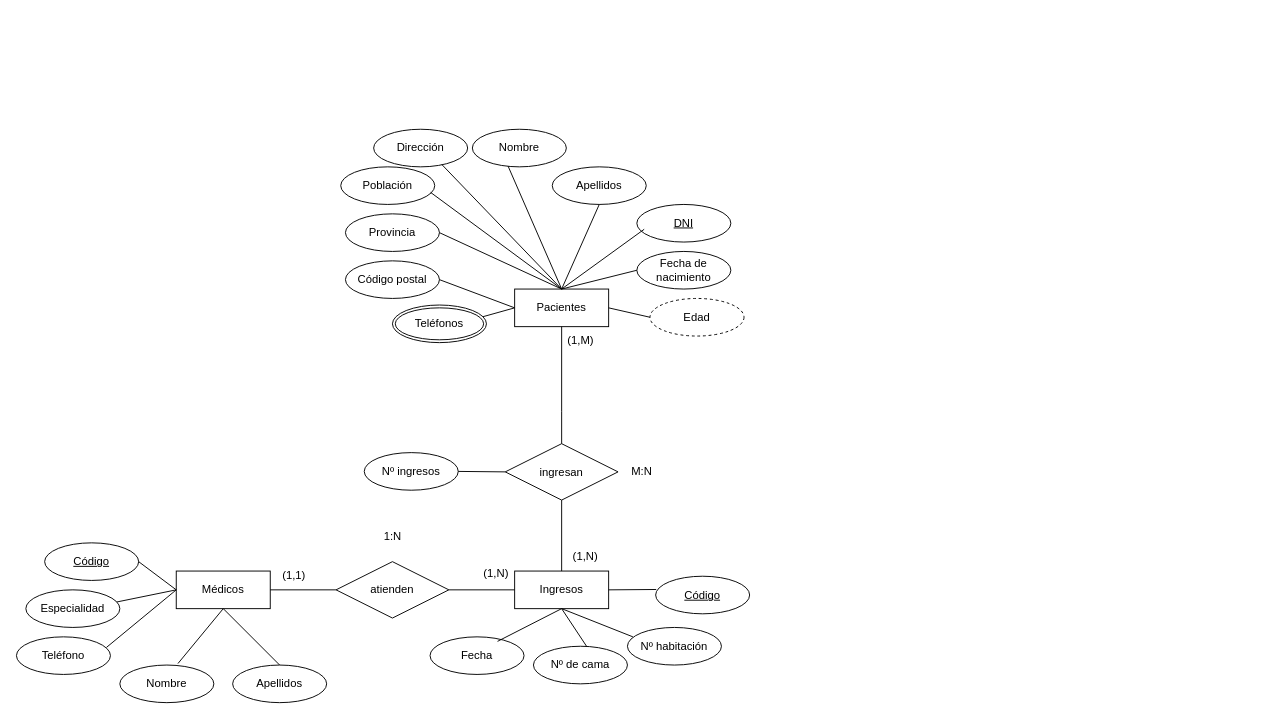
This is Tarea 02_04 Gestión de clínica.drawio from popnoart/popnoart, a draw.io file, before an edit. Source tidied: cells renumbered, new cells numbered last; positions are measured from the earlier drawing's top-left corner, leaving out a move shared by most shapes. Both pictures are drawn from the tidied source at 94%, with x=0, y=0 at pixel (16, 129).
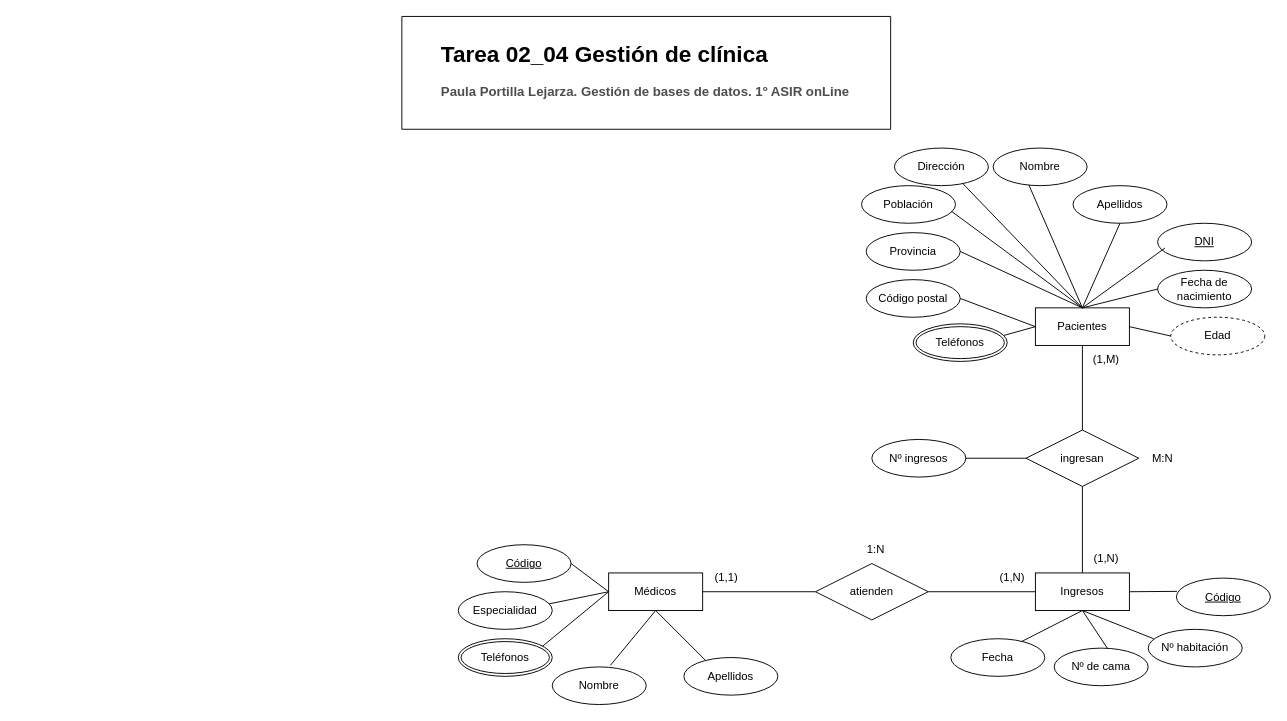
After the change.

The edit, as a diff of the source:
```diff
@@
+    <mxCell id="40" style="endArrow=none;html=1;rounded=0;entryX=0.718;entryY=0.12;entryDx=0;entryDy=0;entryPerimeter=0;" parent="1" edge="1" target="24">
+      <mxGeometry relative="1" as="geometry">
+        <mxPoint x="1134" y="512" as="sourcePoint" />
+      </mxGeometry>
+    </mxCell>
+    <mxCell id="41" style="endArrow=none;html=1;rounded=0;entryX=0.5;entryY=0;entryDx=0;entryDy=0;exitX=0.5;exitY=1;exitDx=0;exitDy=0;" parent="1" edge="1" source="6">
+      <mxGeometry relative="1" as="geometry">
+        <mxPoint x="740" y="572" as="targetPoint" />
+      </mxGeometry>
+    </mxCell>
@@
     <mxCell id="5" value="Pacientes" style="whiteSpace=wrap;html=1;align=center;" parent="1" vertex="1">
-      <mxGeometry x="530" y="170" width="100" height="40" as="geometry" />
+      <mxGeometry x="1084" y="190" width="100" height="40" as="geometry" />
     </mxCell>
     <mxCell id="6" value="Médicos" style="whiteSpace=wrap;html=1;align=center;" parent="1" vertex="1">
-      <mxGeometry x="170" y="470" width="100" height="40" as="geometry" />
+      <mxGeometry x="630" y="472" width="100" height="40" as="geometry" />
     </mxCell>
     <mxCell id="7" value="Nombre" style="ellipse;whiteSpace=wrap;html=1;align=center;" parent="1" vertex="1">
-      <mxGeometry x="485" width="100" height="40" as="geometry" />
+      <mxGeometry x="1039" y="20" width="100" height="40" as="geometry" />
     </mxCell>
     <mxCell id="8" value="Fecha de nacimiento" style="ellipse;whiteSpace=wrap;html=1;align=center;" parent="1" vertex="1">
-      <mxGeometry x="660" y="130" width="100" height="40" as="geometry" />
+      <mxGeometry x="1214" y="150" width="100" height="40" as="geometry" />
     </mxCell>
     <mxCell id="9" value="Código postal" style="ellipse;whiteSpace=wrap;html=1;align=center;" parent="1" vertex="1">
-      <mxGeometry x="350" y="140" width="100" height="40" as="geometry" />
+      <mxGeometry x="904" y="160" width="100" height="40" as="geometry" />
     </mxCell>
     <mxCell id="10" value="Provincia" style="ellipse;whiteSpace=wrap;html=1;align=center;" parent="1" vertex="1">
-      <mxGeometry x="350" y="90" width="100" height="40" as="geometry" />
+      <mxGeometry x="904" y="110" width="100" height="40" as="geometry" />
     </mxCell>
     <mxCell id="11" value="Población" style="ellipse;whiteSpace=wrap;html=1;align=center;" parent="1" vertex="1">
-      <mxGeometry x="345" y="40" width="100" height="40" as="geometry" />
+      <mxGeometry x="899" y="60" width="100" height="40" as="geometry" />
     </mxCell>
     <mxCell id="12" value="Dirección" style="ellipse;whiteSpace=wrap;html=1;align=center;" parent="1" vertex="1">
-      <mxGeometry x="380" width="100" height="40" as="geometry" />
+      <mxGeometry x="934" y="20" width="100" height="40" as="geometry" />
     </mxCell>
     <mxCell id="13" value="Apellidos" style="ellipse;whiteSpace=wrap;html=1;align=center;" parent="1" vertex="1">
-      <mxGeometry x="570" y="40" width="100" height="40" as="geometry" />
+      <mxGeometry x="1124" y="60" width="100" height="40" as="geometry" />
     </mxCell>
     <mxCell id="14" value="Teléfonos" style="ellipse;shape=doubleEllipse;margin=3;whiteSpace=wrap;html=1;align=center;" parent="1" vertex="1">
-      <mxGeometry x="400" y="187" width="100" height="40" as="geometry" />
+      <mxGeometry x="954" y="207" width="100" height="40" as="geometry" />
     </mxCell>
     <mxCell id="15" value="Edad" style="ellipse;whiteSpace=wrap;html=1;align=center;dashed=1;" parent="1" vertex="1">
-      <mxGeometry x="674" y="180" width="100" height="40" as="geometry" />
+      <mxGeometry x="1228" y="200" width="100" height="40" as="geometry" />
     </mxCell>
     <mxCell id="16" value="Código" style="ellipse;whiteSpace=wrap;html=1;align=center;fontStyle=4;" parent="1" vertex="1">
-      <mxGeometry x="30" y="440" width="100" height="40" as="geometry" />
+      <mxGeometry x="490" y="442" width="100" height="40" as="geometry" />
     </mxCell>
-    <mxCell id="17" value="Teléfono" style="ellipse;whiteSpace=wrap;html=1;align=center;" parent="1" vertex="1">
-      <mxGeometry y="540" width="100" height="40" as="geometry" />
-    </mxCell>
     <mxCell id="18" value="Especialidad" style="ellipse;whiteSpace=wrap;html=1;align=center;" parent="1" vertex="1">
-      <mxGeometry x="10" y="490" width="100" height="40" as="geometry" />
+      <mxGeometry x="470" y="492" width="100" height="40" as="geometry" />
     </mxCell>
     <mxCell id="19" value="Apellidos" style="ellipse;whiteSpace=wrap;html=1;align=center;" parent="1" vertex="1">
-      <mxGeometry x="230" y="570" width="100" height="40" as="geometry" />
+      <mxGeometry x="710" y="562" width="100" height="40" as="geometry" />
     </mxCell>
     <mxCell id="20" value="Nombre" style="ellipse;whiteSpace=wrap;html=1;align=center;" parent="1" vertex="1">
-      <mxGeometry x="110" y="570" width="100" height="40" as="geometry" />
+      <mxGeometry x="570" y="572" width="100" height="40" as="geometry" />
     </mxCell>
     <mxCell id="21" value="Ingresos" style="whiteSpace=wrap;html=1;align=center;" parent="1" vertex="1">
-      <mxGeometry x="530" y="470" width="100" height="40" as="geometry" />
+      <mxGeometry x="1084" y="472" width="100" height="40" as="geometry" />
     </mxCell>
     <mxCell id="22" value="ingresan" style="shape=rhombus;perimeter=rhombusPerimeter;whiteSpace=wrap;html=1;align=center;" parent="1" vertex="1">
-      <mxGeometry x="520" y="334.5" width="120" height="60" as="geometry" />
+      <mxGeometry x="1074" y="320" width="120" height="60" as="geometry" />
     </mxCell>
     <mxCell id="23" value="Nº ingresos" style="ellipse;whiteSpace=wrap;html=1;align=center;" parent="1" vertex="1">
-      <mxGeometry x="370" y="344" width="100" height="40" as="geometry" />
+      <mxGeometry x="910" y="330" width="100" height="40" as="geometry" />
     </mxCell>
     <mxCell id="24" value="Fecha" style="ellipse;whiteSpace=wrap;html=1;align=center;" parent="1" vertex="1">
-      <mxGeometry x="440" y="540" width="100" height="40" as="geometry" />
+      <mxGeometry x="994" y="542" width="100" height="40" as="geometry" />
     </mxCell>
     <mxCell id="25" value="Nº de cama" style="ellipse;whiteSpace=wrap;html=1;align=center;" parent="1" vertex="1">
-      <mxGeometry x="550" y="550" width="100" height="40" as="geometry" />
+      <mxGeometry x="1104" y="552" width="100" height="40" as="geometry" />
     </mxCell>
     <mxCell id="26" value="Nº habitación" style="ellipse;whiteSpace=wrap;html=1;align=center;" parent="1" vertex="1">
-      <mxGeometry x="650" y="530" width="100" height="40" as="geometry" />
+      <mxGeometry x="1204" y="532" width="100" height="40" as="geometry" />
     </mxCell>
     <mxCell id="27" value="atienden" style="shape=rhombus;perimeter=rhombusPerimeter;whiteSpace=wrap;html=1;align=center;" parent="1" vertex="1">
-      <mxGeometry x="340" y="460" width="120" height="60" as="geometry" />
+      <mxGeometry x="850" y="462" width="120" height="60" as="geometry" />
     </mxCell>
@@
     <mxCell id="31" style="endArrow=none;html=1;rounded=0;entryX=0.5;entryY=1;entryDx=0;entryDy=0;exitX=0.5;exitY=0;exitDx=0;exitDy=0;" parent="1" edge="1" source="22" target="5">
       <mxGeometry relative="1" as="geometry">
         <Array as="points">
-          <mxPoint x="580" y="300" />
+          <mxPoint x="1134" y="320" />
         </Array>
       </mxGeometry>
     </mxCell>
     <mxCell id="32" value="(1,N)" style="text;html=1;align=center;verticalAlign=middle;strokeColor=none;fillColor=none;" parent="1" vertex="1">
-      <mxGeometry x="485" y="458" width="50" height="30" as="geometry" />
+      <mxGeometry x="1034" y="462" width="50" height="30" as="geometry" />
     </mxCell>
     <mxCell id="33" value="(1,1)" style="text;html=1;align=center;verticalAlign=middle;strokeColor=none;fillColor=none;" parent="1" vertex="1">
-      <mxGeometry x="270" y="460" width="50" height="30" as="geometry" />
+      <mxGeometry x="730" y="462" width="50" height="30" as="geometry" />
     </mxCell>
     <mxCell id="34" value="(1,N)" style="text;html=1;align=center;verticalAlign=middle;strokeColor=none;fillColor=none;" parent="1" vertex="1">
-      <mxGeometry x="580" y="440" width="50" height="30" as="geometry" />
+      <mxGeometry x="1134" y="442" width="50" height="30" as="geometry" />
     </mxCell>
     <mxCell id="35" value="(1,M)" style="text;html=1;align=center;verticalAlign=middle;strokeColor=none;fillColor=none;" parent="1" vertex="1">
-      <mxGeometry x="575" y="210" width="50" height="30" as="geometry" />
+      <mxGeometry x="1134" y="230" width="50" height="30" as="geometry" />
     </mxCell>
@@
     <mxCell id="38" value="Código" style="ellipse;whiteSpace=wrap;html=1;align=center;fontStyle=4;" parent="1" vertex="1">
-      <mxGeometry x="680" y="475.5" width="100" height="40" as="geometry" />
+      <mxGeometry x="1234" y="477.5" width="100" height="40" as="geometry" />
     </mxCell>
@@
-    <mxCell id="40" style="endArrow=none;html=1;rounded=0;entryX=0.718;entryY=0.12;entryDx=0;entryDy=0;entryPerimeter=0;" parent="1" edge="1" target="24">
-      <mxGeometry relative="1" as="geometry">
-        <mxPoint x="580" y="510" as="sourcePoint" />
-      </mxGeometry>
-    </mxCell>
-    <mxCell id="41" style="endArrow=none;html=1;rounded=0;entryX=0.5;entryY=0;entryDx=0;entryDy=0;exitX=0.5;exitY=1;exitDx=0;exitDy=0;" parent="1" edge="1" source="6" target="19">
-      <mxGeometry relative="1" as="geometry" />
-    </mxCell>
     <mxCell id="42" style="endArrow=none;html=1;rounded=0;exitX=0.618;exitY=-0.04;exitDx=0;exitDy=0;exitPerimeter=0;" parent="1" edge="1" source="20">
       <mxGeometry relative="1" as="geometry">
-        <mxPoint x="220" y="510" as="targetPoint" />
+        <mxPoint x="680" y="512" as="targetPoint" />
       </mxGeometry>
     </mxCell>
@@
-    <mxCell id="44" style="endArrow=none;html=1;rounded=0;exitX=0.958;exitY=0.28;exitDx=0;exitDy=0;exitPerimeter=0;entryX=0;entryY=0.5;entryDx=0;entryDy=0;" parent="1" edge="1" source="17" target="6">
-      <mxGeometry relative="1" as="geometry" />
+    <mxCell id="44" style="endArrow=none;html=1;rounded=0;exitX=0.958;exitY=0.28;exitDx=0;exitDy=0;exitPerimeter=0;entryX=0;entryY=0.5;entryDx=0;entryDy=0;" parent="1" edge="1" target="6">
+      <mxGeometry relative="1" as="geometry">
+        <mxPoint x="555.8" y="553.2" as="sourcePoint" />
+      </mxGeometry>
     </mxCell>
     <mxCell id="45" value="DNI" style="ellipse;whiteSpace=wrap;html=1;align=center;fontStyle=4;" parent="1" vertex="1">
-      <mxGeometry x="660" y="80" width="100" height="40" as="geometry" />
+      <mxGeometry x="1214" y="100" width="100" height="40" as="geometry" />
     </mxCell>
     <mxCell id="46" value="1:N" style="text;html=1;align=center;verticalAlign=middle;strokeColor=none;fillColor=none;" parent="1" vertex="1">
-      <mxGeometry x="380" y="418" width="40" height="30" as="geometry" />
+      <mxGeometry x="894" y="432" width="40" height="30" as="geometry" />
     </mxCell>
     <mxCell id="47" value="M:N" style="text;html=1;align=center;verticalAlign=middle;strokeColor=none;fillColor=none;" parent="1" vertex="1">
-      <mxGeometry x="640" y="349" width="50" height="30" as="geometry" />
+      <mxGeometry x="1194" y="335" width="50" height="30" as="geometry" />
     </mxCell>
@@
     <mxCell id="54" style="endArrow=none;html=1;rounded=0;entryX=0.956;entryY=0.68;entryDx=0;entryDy=0;entryPerimeter=0;" parent="1" edge="1" target="11">
       <mxGeometry relative="1" as="geometry">
-        <mxPoint x="580" y="170" as="sourcePoint" />
+        <mxPoint x="1134" y="190" as="sourcePoint" />
       </mxGeometry>
     </mxCell>
@@
+    <mxCell id="57" style="swimlane;startSize=0;" parent="1" vertex="1">
+      <mxGeometry x="410" y="-120" width="520" height="120" as="geometry" />
+    </mxCell>
+    <mxCell id="58" value="&lt;h1 style=&quot;margin-top: 0px;&quot;&gt;Tarea 02_04 Gestión de clínica&lt;/h1&gt;&lt;h3&gt;&lt;font color=&quot;#4d4d4d&quot;&gt;Paula Portilla Lejarza.&amp;nbsp;&lt;/font&gt;&lt;span style=&quot;background-color: initial; font-size: 14.04px;&quot;&gt;&lt;font color=&quot;#4d4d4d&quot;&gt;Gestión de bases de datos. 1º ASIR onLine&lt;/font&gt;&lt;/span&gt;&lt;/h3&gt;" style="text;html=1;whiteSpace=wrap;overflow=hidden;rounded=0;" parent="57" vertex="1">
+      <mxGeometry x="40" y="20" width="860" height="120" as="geometry" />
+    </mxCell>
+    <mxCell id="59" value="Teléfonos" style="ellipse;shape=doubleEllipse;margin=3;whiteSpace=wrap;html=1;align=center;" parent="1" vertex="1">
+      <mxGeometry x="470" y="542" width="100" height="40" as="geometry" />
+    </mxCell>
```
